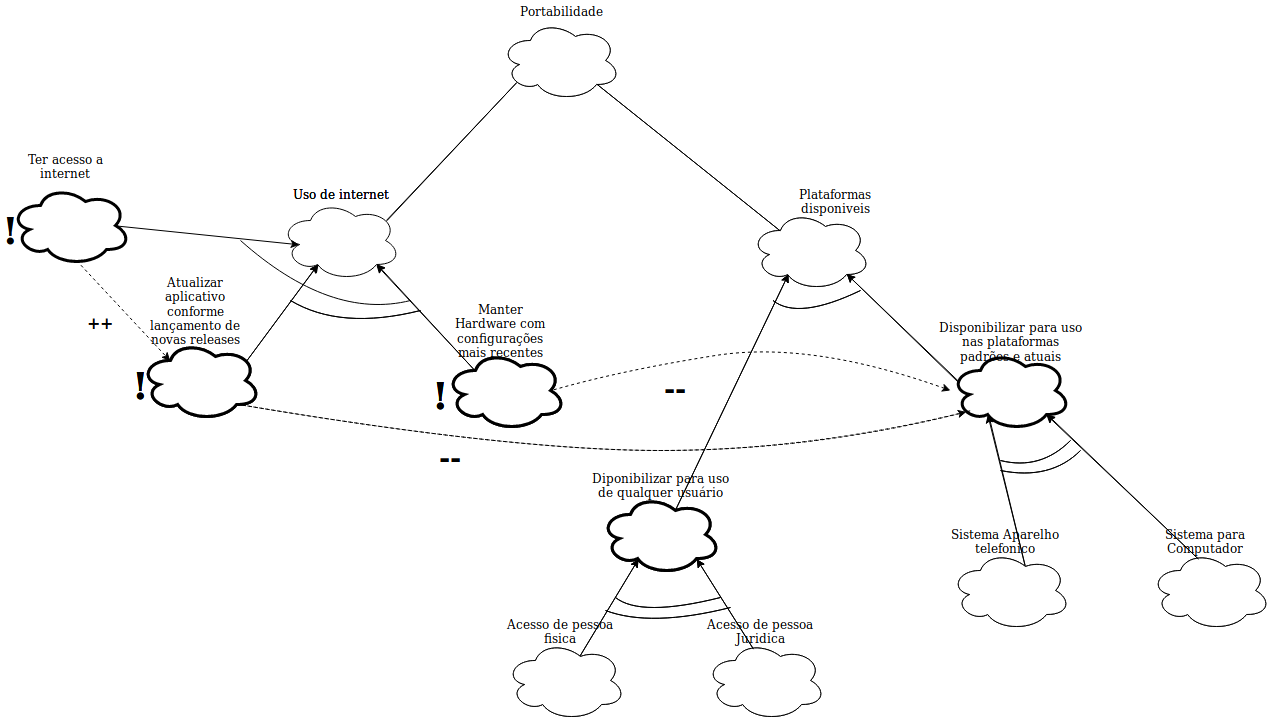
The draw.io diagram docs/img/nfr/nfr_portabilidade.png in fga-disciplinas/2019.1-Guia-Bolso, before a commit. Source tidied: cells renumbered, new cells last; positions are measured from the earlier drawing's top-left corner, leaving out a move shared by most shapes.
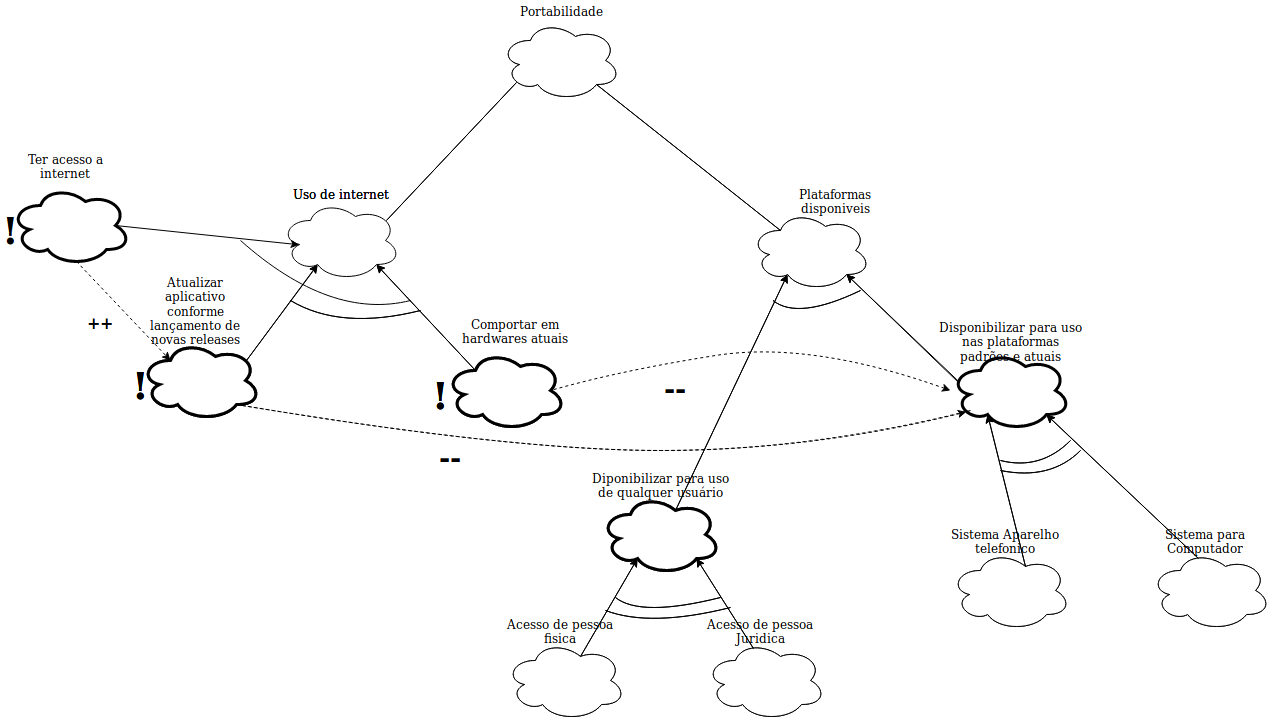
Later version of the same file.

Diff of the diagram source:
```diff
@@ -23,9 +23,6 @@
     <mxCell id="8" style="ellipse;shape=cloud;whiteSpace=wrap;html=1;strokeWidth=3;" parent="1" vertex="1">
       <mxGeometry x="445" y="350" width="120" height="80" as="geometry" />
     </mxCell>
-    <mxCell id="9" value="Manter Hardware com configurações mais recentes" style="text;html=1;strokeColor=none;fillColor=none;align=center;verticalAlign=middle;whiteSpace=wrap;rounded=0;" parent="1" vertex="1">
-      <mxGeometry x="445" y="320" width="110" height="20" as="geometry" />
-    </mxCell>
     <mxCell id="10" style="ellipse;shape=cloud;whiteSpace=wrap;html=1;" parent="1" vertex="1">
       <mxGeometry x="750" y="210" width="120" height="80" as="geometry" />
     </mxCell>
@@ -351,5 +348,8 @@
     <mxCell id="81" value="++" style="text;html=1;align=center;verticalAlign=top;spacingTop=-4;fontSize=16;fontStyle=1;" parent="1" vertex="1">
       <mxGeometry x="80" y="310" width="40" height="20" as="geometry" />
     </mxCell>
+    <mxCell id="82" value="Comportar em hardwares atuais" style="text;html=1;strokeColor=none;fillColor=none;align=center;verticalAlign=middle;whiteSpace=wrap;rounded=0;" parent="1" vertex="1">
+      <mxGeometry x="460" y="320" width="110" height="20" as="geometry" />
+    </mxCell>
   </root>
 </mxGraphModel>
```
